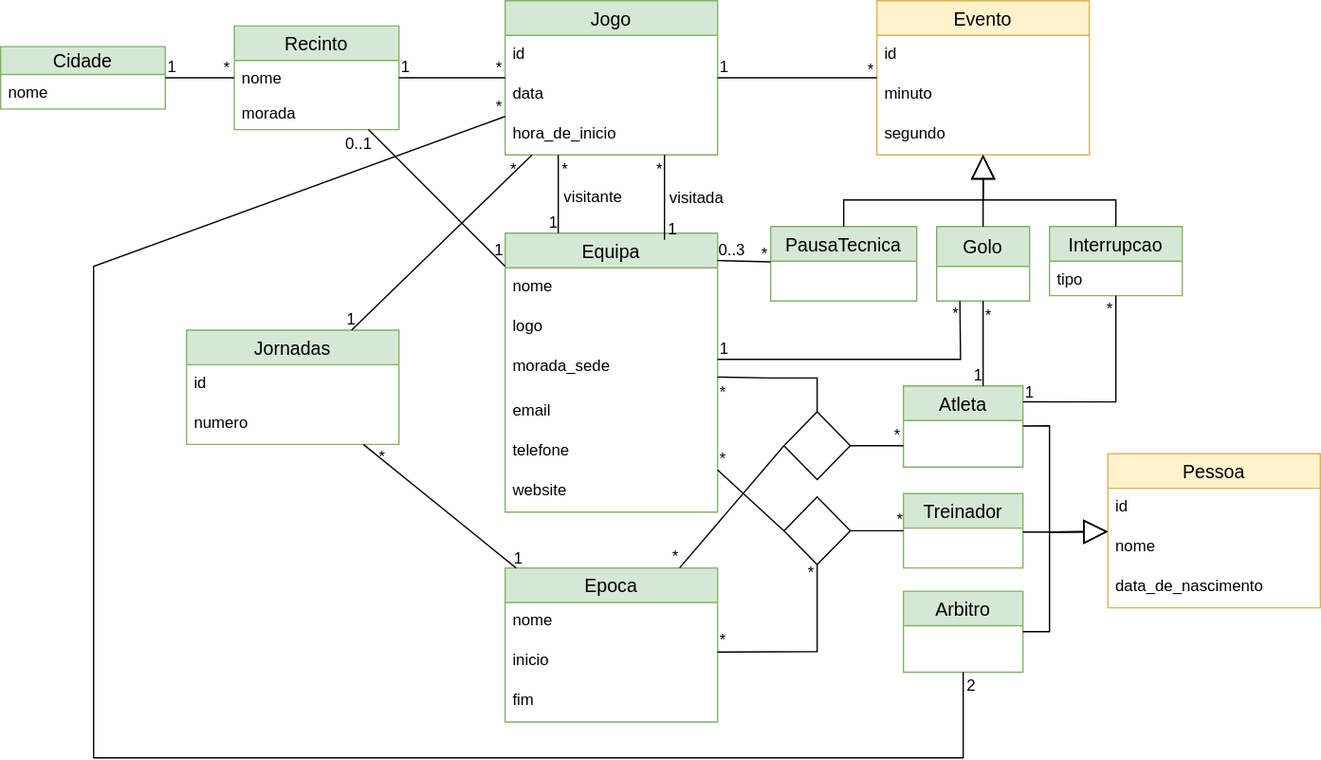
Earlier version of the draw.io export Andebol_UML.svg (thePeras/BD_Handball_Database). Source tidied: cells renumbered, new cells last; positions are measured from the earlier drawing's top-left corner, leaving out a move shared by most shapes.
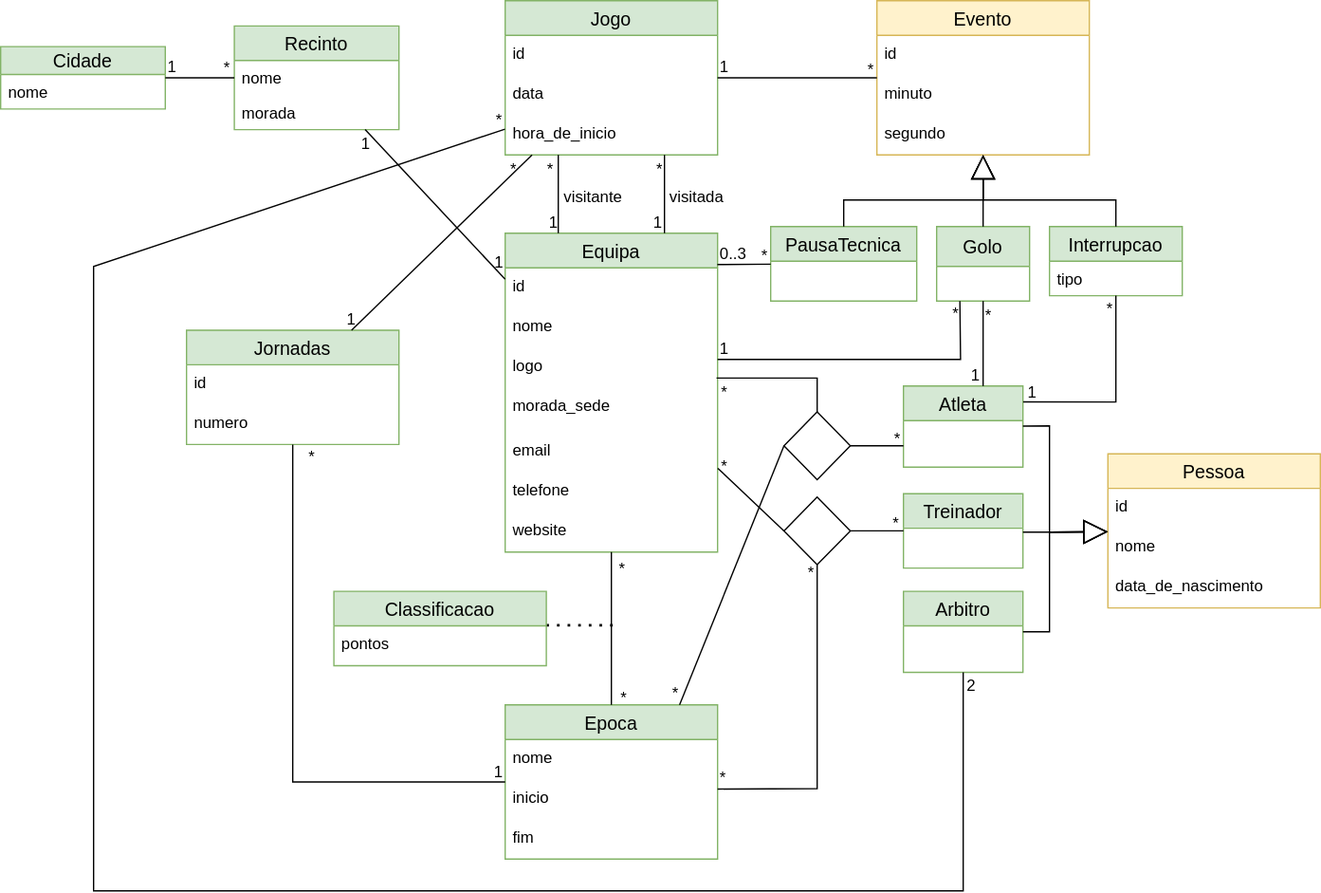
After the commit.

What changed in the source:
```diff
@@ -12,7 +12,7 @@
       <mxGeometry y="56" width="160" height="30" as="geometry" />
     </mxCell>
     <mxCell id="5" value="Epoca" style="swimlane;fontStyle=0;horizontal=1;startSize=26;align=center;fontSize=14;fillColor=#d5e8d4;strokeColor=#82b366;" parent="1" vertex="1">
-      <mxGeometry x="380" y="427" width="160" height="116" as="geometry" />
+      <mxGeometry x="380" y="530" width="160" height="116" as="geometry" />
     </mxCell>
     <mxCell id="6" value="nome" style="text;strokeColor=none;fillColor=none;spacingLeft=4;spacingRight=4;overflow=hidden;fontSize=12;" parent="5" vertex="1">
       <mxGeometry y="26" width="160" height="30" as="geometry" />
@@ -90,25 +90,28 @@
       <mxGeometry x="680" y="371" width="90" height="56" as="geometry" />
     </mxCell>
     <mxCell id="31" value="Equipa" style="swimlane;fontStyle=0;horizontal=1;startSize=26;align=center;fontSize=14;fillColor=#d5e8d4;strokeColor=#82b366;" parent="1" vertex="1">
-      <mxGeometry x="380" y="175" width="160" height="210" as="geometry" />
+      <mxGeometry x="380" y="175" width="160" height="240" as="geometry" />
     </mxCell>
-    <mxCell id="32" value="nome" style="text;strokeColor=none;fillColor=none;spacingLeft=4;spacingRight=4;overflow=hidden;fontSize=12;" parent="31" vertex="1">
+    <mxCell id="32" value="id" style="text;strokeColor=none;fillColor=none;spacingLeft=4;spacingRight=4;overflow=hidden;fontSize=12;" parent="31" vertex="1">
       <mxGeometry y="26" width="160" height="30" as="geometry" />
     </mxCell>
+    <mxCell id="103" value="nome" style="text;strokeColor=none;fillColor=none;spacingLeft=4;spacingRight=4;overflow=hidden;fontSize=12;" parent="31" vertex="1">
+      <mxGeometry y="56" width="160" height="30" as="geometry" />
+    </mxCell>
     <mxCell id="33" value="logo" style="text;strokeColor=none;fillColor=none;spacingLeft=4;spacingRight=4;overflow=hidden;points=[[0,0.5],[1,0.5]];portConstraint=eastwest;fontSize=12;" parent="31" vertex="1">
-      <mxGeometry y="56" width="160" height="30" as="geometry" />
+      <mxGeometry y="86" width="160" height="30" as="geometry" />
     </mxCell>
     <mxCell id="34" value="morada_sede" style="text;strokeColor=none;fillColor=none;spacingLeft=4;spacingRight=4;overflow=hidden;points=[[0,0.5],[1,0.5]];portConstraint=eastwest;fontSize=12;" parent="31" vertex="1">
-      <mxGeometry y="86" width="160" height="34" as="geometry" />
+      <mxGeometry y="116" width="160" height="34" as="geometry" />
     </mxCell>
     <mxCell id="35" value="email" style="text;strokeColor=none;fillColor=none;spacingLeft=4;spacingRight=4;overflow=hidden;points=[[0,0.5],[1,0.5]];portConstraint=eastwest;fontSize=12;" parent="31" vertex="1">
-      <mxGeometry y="120" width="160" height="30" as="geometry" />
+      <mxGeometry y="150" width="160" height="30" as="geometry" />
     </mxCell>
     <mxCell id="36" value="telefone" style="text;strokeColor=none;fillColor=none;spacingLeft=4;spacingRight=4;overflow=hidden;fontSize=12;" parent="31" vertex="1">
-      <mxGeometry y="150" width="160" height="30" as="geometry" />
+      <mxGeometry y="180" width="160" height="30" as="geometry" />
     </mxCell>
     <mxCell id="37" value="website" style="text;strokeColor=none;fillColor=none;spacingLeft=4;spacingRight=4;overflow=hidden;points=[[0,0.5],[1,0.5]];portConstraint=eastwest;fontSize=12;" parent="31" vertex="1">
-      <mxGeometry y="180" width="160" height="30" as="geometry" />
+      <mxGeometry y="210" width="160" height="30" as="geometry" />
     </mxCell>
     <mxCell id="38" value="Arbitro" style="swimlane;fontStyle=0;horizontal=1;startSize=26;align=center;fontSize=14;fillColor=#d5e8d4;strokeColor=#82b366;" parent="1" vertex="1">
       <mxGeometry x="680" y="444.5" width="90" height="61" as="geometry" />
@@ -126,11 +129,15 @@
       <mxGeometry x="590" y="309.5" width="50" height="51" as="geometry" />
     </mxCell>
     <mxCell id="43" style="endArrow=none;html=1;rounded=0;" parent="1" edge="1" source="5" target="2">
-      <mxGeometry relative="1" as="geometry" />
+      <mxGeometry relative="1" as="geometry">
+        <Array as="points">
+          <mxPoint x="220" y="588" />
+        </Array>
+      </mxGeometry>
     </mxCell>
     <mxCell id="44" value="1" style="html=1;align=left;verticalAlign=bottom;" parent="43" vertex="1">
       <mxGeometry x="-1" relative="1" as="geometry">
-        <mxPoint x="-3" y="1" as="offset" />
+        <mxPoint x="-10" y="1" as="offset" />
       </mxGeometry>
     </mxCell>
     <mxCell id="45" value="*" style="html=1;align=right;verticalAlign=bottom;" parent="43" vertex="1">
@@ -156,20 +163,18 @@
     </mxCell>
     <mxCell id="50" value="*" style="html=1;align=left;verticalAlign=bottom;" parent="49" vertex="1">
       <mxGeometry x="-1" relative="1" as="geometry">
-        <mxPoint x="1" y="19" as="offset" />
+        <mxPoint x="-10" y="19" as="offset" />
       </mxGeometry>
     </mxCell>
     <mxCell id="51" value="1" style="html=1;align=right;verticalAlign=bottom;" parent="49" vertex="1">
       <mxGeometry x="1" relative="1" as="geometry" />
     </mxCell>
-    <mxCell id="52" style="endArrow=none;html=1;rounded=0;entryX=0.75;entryY=1;entryDx=0;entryDy=0;" parent="1" edge="1" target="9">
-      <mxGeometry relative="1" as="geometry">
-        <mxPoint x="500" y="180" as="sourcePoint" />
-      </mxGeometry>
+    <mxCell id="52" style="endArrow=none;html=1;rounded=0;entryX=0.75;entryY=1;entryDx=0;entryDy=0;exitX=0.75;exitY=0;exitDx=0;exitDy=0;" parent="1" edge="1" source="31" target="9">
+      <mxGeometry relative="1" as="geometry" />
     </mxCell>
     <mxCell id="53" value="1" style="html=1;align=left;verticalAlign=bottom;" parent="52" vertex="1">
       <mxGeometry x="-1" relative="1" as="geometry">
-        <mxPoint x="1" as="offset" />
+        <mxPoint x="-10" as="offset" />
       </mxGeometry>
     </mxCell>
     <mxCell id="54" value="*" style="html=1;align=right;verticalAlign=bottom;" parent="52" vertex="1">
@@ -238,9 +243,9 @@
     <mxCell id="64" style="endArrow=none;html=1;rounded=0;" parent="1" edge="1" source="19" target="31">
       <mxGeometry relative="1" as="geometry" />
     </mxCell>
-    <mxCell id="65" value="0..1" style="html=1;align=left;verticalAlign=bottom;" parent="64" vertex="1">
+    <mxCell id="65" value="1" style="html=1;align=left;verticalAlign=bottom;" parent="64" vertex="1">
       <mxGeometry x="-1" relative="1" as="geometry">
-        <mxPoint x="-19" y="19" as="offset" />
+        <mxPoint x="-5" y="19" as="offset" />
       </mxGeometry>
     </mxCell>
     <mxCell id="66" value="1" style="html=1;align=right;verticalAlign=bottom;" parent="64" vertex="1">
@@ -248,17 +253,6 @@
         <mxPoint x="-1" y="-4" as="offset" />
       </mxGeometry>
     </mxCell>
-    <mxCell id="67" style="endArrow=none;html=1;rounded=0;" parent="1" edge="1" source="19" target="9">
-      <mxGeometry relative="1" as="geometry" />
-    </mxCell>
-    <mxCell id="68" value="1" style="html=1;align=left;verticalAlign=bottom;" parent="67" vertex="1">
-      <mxGeometry x="-1" relative="1" as="geometry" />
-    </mxCell>
-    <mxCell id="69" value="*" style="html=1;align=right;verticalAlign=bottom;" parent="67" vertex="1">
-      <mxGeometry x="1" relative="1" as="geometry">
-        <mxPoint x="-2" y="1" as="offset" />
-      </mxGeometry>
-    </mxCell>
     <mxCell id="70" style="endArrow=none;html=1;rounded=0;" parent="1" edge="1" source="23" target="19">
       <mxGeometry relative="1" as="geometry" />
     </mxCell>
@@ -274,9 +268,7 @@
       <mxGeometry relative="1" as="geometry" />
     </mxCell>
     <mxCell id="74" value="0..3" style="html=1;align=left;verticalAlign=bottom;" parent="73" vertex="1">
-      <mxGeometry x="-1" relative="1" as="geometry">
-        <mxPoint x="-1" as="offset" />
-      </mxGeometry>
+      <mxGeometry x="-1" relative="1" as="geometry" />
     </mxCell>
     <mxCell id="75" value="*" style="html=1;align=right;verticalAlign=bottom;" parent="73" vertex="1">
       <mxGeometry x="1" relative="1" as="geometry">
@@ -310,7 +302,9 @@
       </mxGeometry>
     </mxCell>
     <mxCell id="81" value="1" style="html=1;align=right;verticalAlign=bottom;" parent="79" vertex="1">
-      <mxGeometry x="1" relative="1" as="geometry" />
+      <mxGeometry x="1" relative="1" as="geometry">
+        <mxPoint x="-2" as="offset" />
+      </mxGeometry>
     </mxCell>
     <mxCell id="82" style="endArrow=none;html=1;rounded=0;exitX=1.002;exitY=0.195;exitDx=0;exitDy=0;exitPerimeter=0;" parent="1" edge="1" source="29" target="17">
       <mxGeometry relative="1" as="geometry">
@@ -321,7 +315,7 @@
     </mxCell>
     <mxCell id="83" value="1" style="html=1;align=left;verticalAlign=bottom;" parent="82" vertex="1">
       <mxGeometry x="-1" relative="1" as="geometry">
-        <mxPoint y="1" as="offset" />
+        <mxPoint x="2" y="1" as="offset" />
       </mxGeometry>
     </mxCell>
     <mxCell id="84" value="*" style="html=1;align=right;verticalAlign=bottom;" parent="82" vertex="1">
@@ -329,11 +323,11 @@
         <mxPoint x="-2" y="18" as="offset" />
       </mxGeometry>
     </mxCell>
-    <mxCell id="85" style="endArrow=none;html=1;rounded=0;" parent="1" edge="1" source="38" target="9">
+    <mxCell id="85" style="endArrow=none;html=1;rounded=0;entryX=-0.001;entryY=0.354;entryDx=0;entryDy=0;entryPerimeter=0;" parent="1" edge="1" source="38" target="12">
       <mxGeometry relative="1" as="geometry">
         <Array as="points">
-          <mxPoint x="725" y="570" />
-          <mxPoint x="70" y="570" />
+          <mxPoint x="725" y="670" />
+          <mxPoint x="70" y="670" />
           <mxPoint x="70" y="200" />
         </Array>
       </mxGeometry>
@@ -351,6 +345,7 @@
     <mxCell id="88" style="endArrow=none;html=1;rounded=0;exitX=1;exitY=0.244;exitDx=0;exitDy=0;exitPerimeter=0;" parent="1" edge="1" source="7" target="41">
       <mxGeometry relative="1" as="geometry">
         <Array as="points">
+          <mxPoint x="615" y="593" />
           <mxPoint x="615" y="490" />
         </Array>
       </mxGeometry>
@@ -369,15 +364,19 @@
       </mxGeometry>
     </mxCell>
     <mxCell id="92" value="*" style="html=1;align=right;verticalAlign=bottom;" parent="91" vertex="1">
-      <mxGeometry x="1" relative="1" as="geometry" />
+      <mxGeometry x="1" relative="1" as="geometry">
+        <mxPoint x="-3" y="3" as="offset" />
+      </mxGeometry>
     </mxCell>
-    <mxCell id="93" style="endArrow=none;html=1;rounded=0;entryX=0;entryY=0.5;entryDx=0;entryDy=0;" parent="1" edge="1" source="31" target="41">
+    <mxCell id="93" style="endArrow=none;html=1;rounded=0;entryX=0;entryY=0.5;entryDx=0;entryDy=0;exitX=1.001;exitY=0.895;exitDx=0;exitDy=0;exitPerimeter=0;" parent="1" edge="1" source="35" target="41">
       <mxGeometry relative="1" as="geometry" />
     </mxCell>
     <mxCell id="94" value="*" style="html=1;align=left;verticalAlign=bottom;" parent="93" vertex="1">
-      <mxGeometry x="-1" relative="1" as="geometry" />
+      <mxGeometry x="-1" relative="1" as="geometry">
+        <mxPoint x="1" y="7" as="offset" />
+      </mxGeometry>
     </mxCell>
-    <mxCell id="95" style="endArrow=none;html=1;rounded=0;exitX=0.999;exitY=0.654;exitDx=0;exitDy=0;exitPerimeter=0;" parent="1" edge="1" source="34" target="42">
+    <mxCell id="95" style="endArrow=none;html=1;rounded=0;exitX=0.995;exitY=0.766;exitDx=0;exitDy=0;exitPerimeter=0;" parent="1" edge="1" source="33" target="42">
       <mxGeometry relative="1" as="geometry">
         <Array as="points">
           <mxPoint x="580" y="284" />
@@ -387,7 +386,7 @@
     </mxCell>
     <mxCell id="96" value="*" style="html=1;align=left;verticalAlign=bottom;" parent="95" vertex="1">
       <mxGeometry x="-1" relative="1" as="geometry">
-        <mxPoint y="20" as="offset" />
+        <mxPoint x="2" y="19" as="offset" />
       </mxGeometry>
     </mxCell>
     <mxCell id="97" style="endArrow=none;html=1;rounded=0;exitX=1;exitY=0.5;exitDx=0;exitDy=0;" parent="1" edge="1" source="42">
@@ -397,10 +396,10 @@
     </mxCell>
     <mxCell id="98" value="*" style="html=1;align=right;verticalAlign=bottom;" parent="97" vertex="1">
       <mxGeometry x="1" relative="1" as="geometry">
-        <mxPoint x="-2" as="offset" />
+        <mxPoint x="-2" y="3" as="offset" />
       </mxGeometry>
     </mxCell>
-    <mxCell id="99" style="endArrow=none;html=1;rounded=0;exitX=0;exitY=0.5;exitDx=0;exitDy=0;entryX=0.821;entryY=0;entryDx=0;entryDy=0;entryPerimeter=0;" parent="1" edge="1" source="42" target="5">
+    <mxCell id="99" style="endArrow=none;html=1;rounded=0;entryX=0.821;entryY=0;entryDx=0;entryDy=0;entryPerimeter=0;exitX=0;exitY=0.5;exitDx=0;exitDy=0;" parent="1" edge="1" source="42" target="5">
       <mxGeometry relative="1" as="geometry" />
     </mxCell>
     <mxCell id="100" value="*" style="html=1;align=right;verticalAlign=bottom;" parent="99" vertex="1">
@@ -410,7 +409,32 @@
       <mxGeometry x="411" y="133" width="70" height="30" as="geometry" />
     </mxCell>
     <mxCell id="102" value="visitada" style="text;html=1;align=center;verticalAlign=middle;strokeColor=none;fillColor=none;" parent="1" vertex="1">
-      <mxGeometry x="494" y="134" width="60" height="30" as="geometry" />
+      <mxGeometry x="494" y="133" width="60" height="30" as="geometry" />
     </mxCell>
+    <mxCell id="104" style="endArrow=none;dashed=1;html=1;dashPattern=1 3;strokeWidth=2;rounded=0;" parent="1" edge="1">
+      <mxGeometry relative="1" as="geometry">
+        <mxPoint x="411" y="470" as="sourcePoint" />
+        <mxPoint x="462" y="470" as="targetPoint" />
+      </mxGeometry>
+    </mxCell>
+    <mxCell id="105" value="Classificacao" style="swimlane;fontStyle=0;horizontal=1;startSize=26;align=center;fontSize=14;fillColor=#d5e8d4;strokeColor=#82b366;" parent="1" vertex="1">
+      <mxGeometry x="251" y="444.5" width="160" height="56" as="geometry" />
+    </mxCell>
+    <mxCell id="106" value="pontos" style="text;strokeColor=none;fillColor=none;spacingLeft=4;spacingRight=4;overflow=hidden;fontSize=12;" parent="105" vertex="1">
+      <mxGeometry y="26" width="160" height="30" as="geometry" />
+    </mxCell>
+    <mxCell id="107" style="endArrow=none;html=1;rounded=0;" parent="1" edge="1" source="37" target="5">
+      <mxGeometry relative="1" as="geometry" />
+    </mxCell>
+    <mxCell id="108" value="*" style="html=1;align=left;verticalAlign=bottom;" parent="107" vertex="1">
+      <mxGeometry x="-1" relative="1" as="geometry">
+        <mxPoint x="4" y="21" as="offset" />
+      </mxGeometry>
+    </mxCell>
+    <mxCell id="69" value="*" style="html=1;align=right;verticalAlign=bottom;" parent="107" vertex="1">
+      <mxGeometry x="1" relative="1" as="geometry">
+        <mxPoint x="12" y="3" as="offset" />
+      </mxGeometry>
+    </mxCell>
   </root>
 </mxGraphModel>
```
